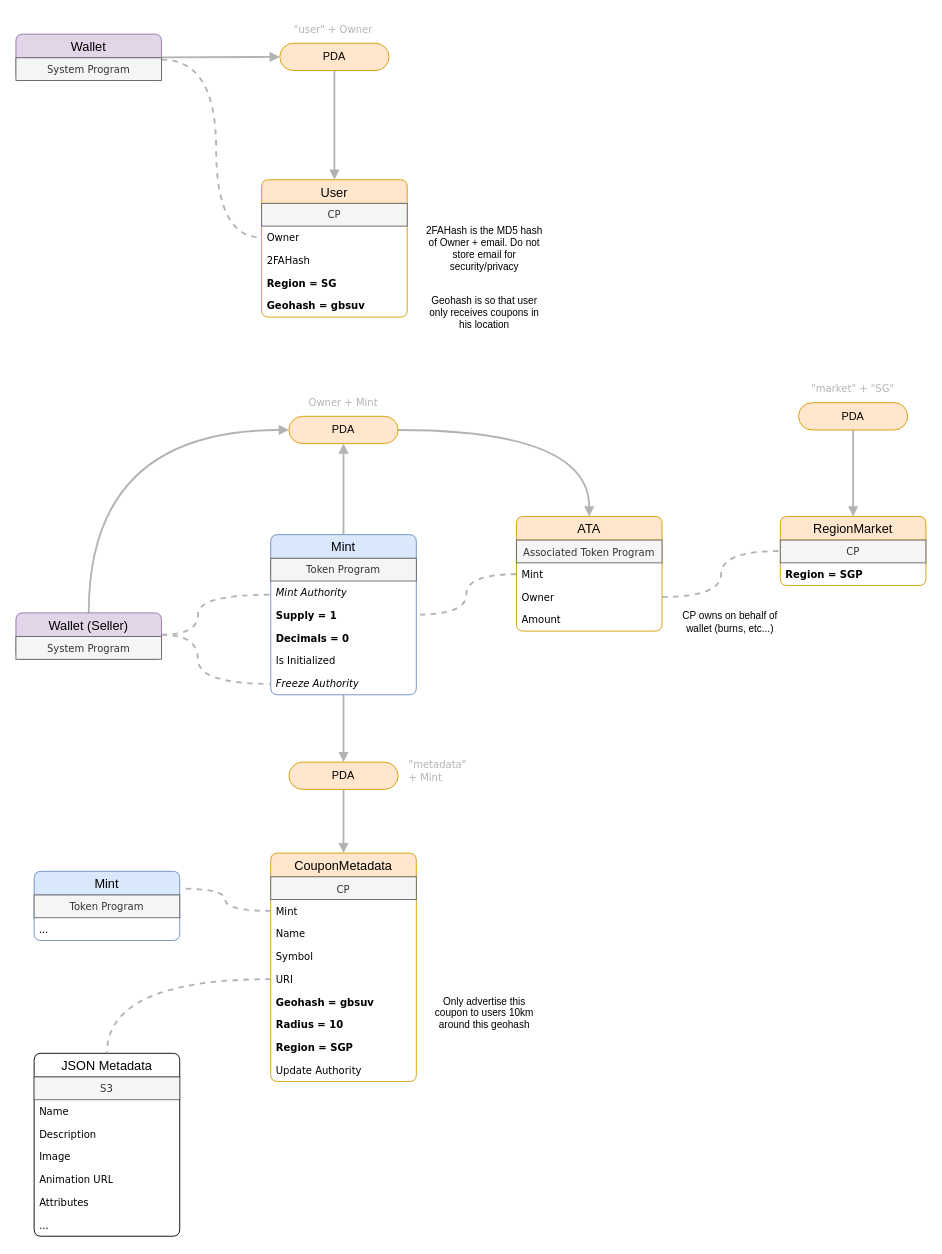
This is RFCs/accounts.drawio from HMXHIU/christmas, a draw.io file, before an edit. Source tidied: cells renumbered, new cells numbered last; positions are measured from the earlier drawing's top-left corner, leaving out a move shared by most shapes. Both pictures are drawn from the tidied source at 91%, with x=0, y=0 at pixel (15, 15).
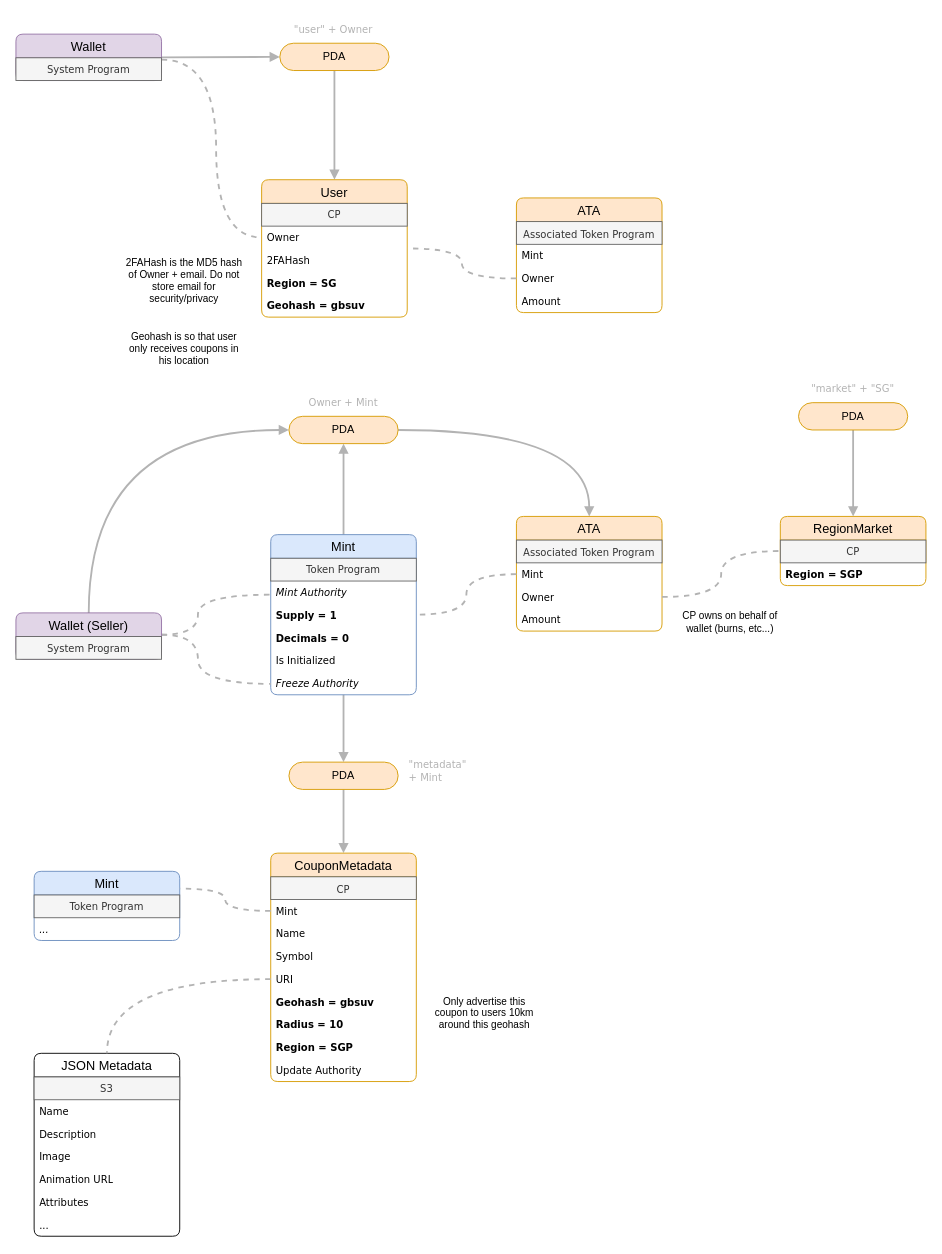
The same diagram, later.

Unchanged cells that the change refers to:
```xml
<mxCell id="8" value="User" style="swimlane;fontStyle=0;horizontal=1;startSize=26;align=center;fontSize=14;fillColor=#ffe6cc;strokeColor=#d79b00;arcSize=10;rounded=1;fontColor=#000000;" parent="1" vertex="1">
  <mxGeometry x="270" y="180" width="160" height="151" as="geometry" />
</mxCell>
```

Diff of the diagram source:
```diff
@@
     <mxCell id="63" value="Geohash is so that user only receives coupons in his location" style="text;html=1;strokeColor=none;fillColor=none;align=center;verticalAlign=middle;whiteSpace=wrap;rounded=0;fontSize=11;fontFamily=Helvetica;fontColor=default;" parent="1" vertex="1">
-      <mxGeometry x="450" y="300" width="130" height="51" as="geometry" />
+      <mxGeometry x="120" y="340" width="130" height="51" as="geometry" />
     </mxCell>
@@
     <mxCell id="74" value="2FAHash is the MD5 hash of Owner + email. Do not store email for security/privacy" style="text;html=1;strokeColor=none;fillColor=none;align=center;verticalAlign=middle;whiteSpace=wrap;rounded=0;fontSize=11;fontFamily=Helvetica;fontColor=default;" parent="1" vertex="1">
-      <mxGeometry x="450" y="215.5" width="130" height="80" as="geometry" />
+      <mxGeometry x="120" y="251" width="130" height="80" as="geometry" />
     </mxCell>
+    <mxCell id="75" value="ATA" style="swimlane;fontStyle=0;horizontal=1;startSize=26;align=center;fontSize=14;fillColor=#ffe6cc;strokeColor=#d79b00;arcSize=10;rounded=1;fontColor=#000000;" parent="1" vertex="1">
+      <mxGeometry x="550" y="200" width="160" height="126" as="geometry" />
+    </mxCell>
+    <mxCell id="76" value="&lt;font style=&quot;font-size: 11px;&quot;&gt;Associated Token Program&lt;/font&gt;" style="text;strokeColor=#666666;fillColor=#f5f5f5;spacingLeft=4;spacingRight=4;overflow=hidden;fontSize=12;whiteSpace=wrap;html=1;align=center;fontFamily=Verdana;fontColor=#333333;" parent="75" vertex="1">
+      <mxGeometry y="26" width="160" height="25" as="geometry" />
+    </mxCell>
+    <mxCell id="77" value="&lt;span style=&quot;font-style: normal;&quot;&gt;Mint&lt;/span&gt;" style="text;spacingLeft=4;spacingRight=4;overflow=hidden;fontSize=11;whiteSpace=wrap;html=1;align=left;fontFamily=Verdana;fontStyle=2;" parent="75" vertex="1">
+      <mxGeometry y="51" width="160" height="25" as="geometry" />
+    </mxCell>
+    <mxCell id="78" value="&lt;span style=&quot;font-size: 11px;&quot;&gt;Owner&lt;/span&gt;" style="text;spacingLeft=4;spacingRight=4;overflow=hidden;points=[[0,0.5],[1,0.5]];portConstraint=eastwest;fontSize=11;whiteSpace=wrap;html=1;align=left;fontFamily=Verdana;" parent="75" vertex="1">
+      <mxGeometry y="76" width="160" height="25" as="geometry" />
+    </mxCell>
+    <mxCell id="79" value="&lt;span style=&quot;font-size: 11px;&quot;&gt;Amount&lt;/span&gt;" style="text;spacingLeft=4;spacingRight=4;overflow=hidden;fontSize=11;whiteSpace=wrap;html=1;align=left;fontFamily=Verdana;" parent="75" vertex="1">
+      <mxGeometry y="101" width="160" height="25" as="geometry" />
+    </mxCell>
+    <mxCell id="80" style="edgeStyle=orthogonalEdgeStyle;shape=connector;curved=1;rounded=1;jettySize=auto;html=1;dashed=1;labelBackgroundColor=default;strokeColor=#B3B3B3;strokeWidth=2;fontFamily=Helvetica;fontSize=11;fontColor=default;endArrow=none;endFill=0;exitX=0;exitY=0.5;exitDx=0;exitDy=0;" parent="1" edge="1" source="78" target="8">
+      <mxGeometry relative="1" as="geometry" />
+    </mxCell>
```
